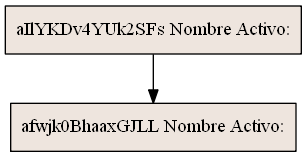
The Graphviz diagram Activos.png in MEFM/SistemaDeRentas, before a commit. Its source is kept beside it as Activos.dot.
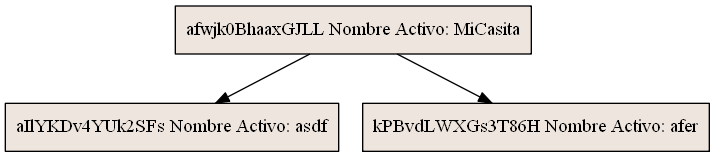
Above is the later version.

The edit, as a diff of the source:
```diff
@@ -1,9 +1,11 @@
 digraph reporte{
 node [shape = record, style=filled, fillcolor=seashell2];
-				DaIlYKDv4YUk2SFs[label = "aIlYKDv4YUk2SFs Nombre Activo: "]
-				Dafwjk0BhaaxGJLL[label = "afwjk0BhaaxGJLL Nombre Activo: "]
-				Dafwjk0BhaaxGJLL[label = "aIlYKDv4YUk2SFs Nombre Activo: "]
-				DaIlYKDv4YUk2SFs-> Dafwjk0BhaaxGJLL
-				Dafwjk0BhaaxGJLL[label = "afwjk0BhaaxGJLL Nombre Activo: "]
+				Dafwjk0BhaaxGJLL[label = "afwjk0BhaaxGJLL Nombre Activo: MiCasita"]
+				DaIlYKDv4YUk2SFs[label = "afwjk0BhaaxGJLL Nombre Activo: MiCasita"]
+				Dafwjk0BhaaxGJLL-> DaIlYKDv4YUk2SFs
+				DkPBvdLWXGs3T86H[label = "afwjk0BhaaxGJLL Nombre Activo: MiCasita"]
+				Dafwjk0BhaaxGJLL-> DkPBvdLWXGs3T86H
+				DaIlYKDv4YUk2SFs[label = "aIlYKDv4YUk2SFs Nombre Activo: asdf"]
+				DkPBvdLWXGs3T86H[label = "kPBvdLWXGs3T86H Nombre Activo: afer"]
 
 }
```
